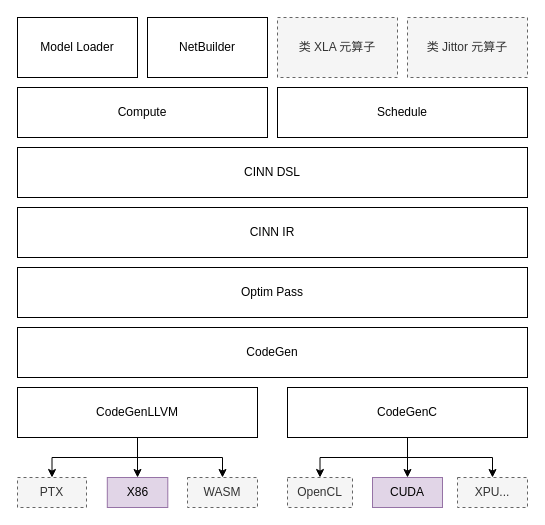
The draw.io diagram CINN Architecture.drawio in Superjomn/_tmp_images, before the edit. Source tidied: cells renumbered, new cells numbered last; positions are measured from the earlier drawing's top-left corner, leaving out a move shared by most shapes. Both pictures are drawn from the tidied source at 100%, with x=0, y=0 at pixel (17, 17).
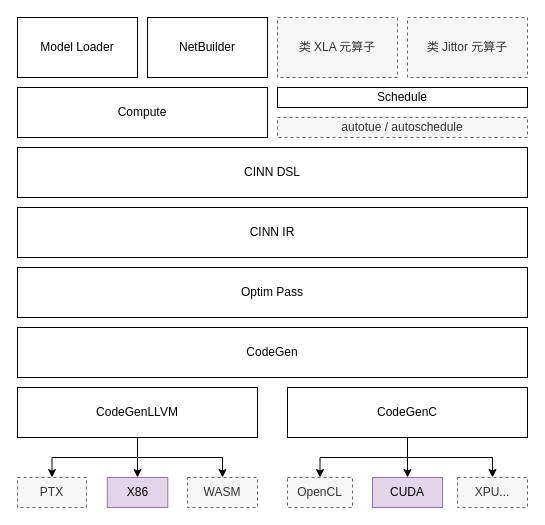
The same page after the edit.

Diff of the diagram source:
```diff
@@
     <mxCell id="7" value="Schedule" style="rounded=0;whiteSpace=wrap;html=1;" parent="1" vertex="1">
-      <mxGeometry x="260" y="70" width="250" height="50" as="geometry" />
+      <mxGeometry x="260" y="70" width="250" height="20" as="geometry" />
     </mxCell>
@@
+    <mxCell id="26" value="autotue / autoschedule" style="rounded=0;whiteSpace=wrap;html=1;dashed=1;fillColor=#f5f5f5;strokeColor=#666666;fontColor=#333333;" parent="1" vertex="1">
+      <mxGeometry x="260" y="100" width="250" height="20" as="geometry" />
+    </mxCell>
```
